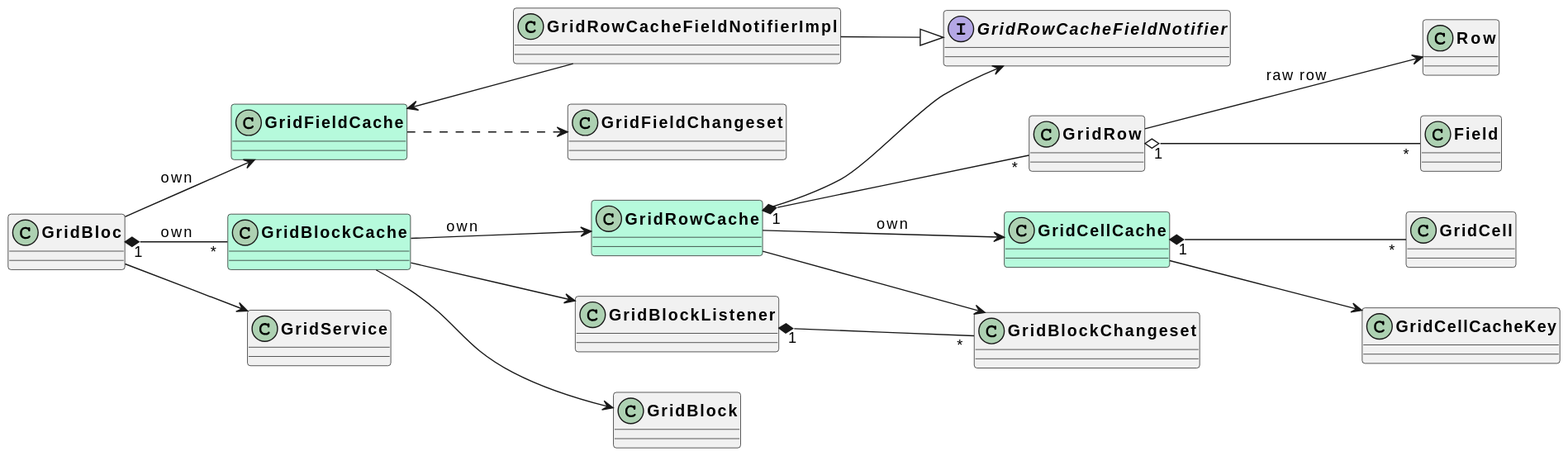
AppFlowy-IO/AppFlowy-Docs keeps this PlantUML diagram as uml/output/block_row_cell_relation.svg. Above is the earlier version.
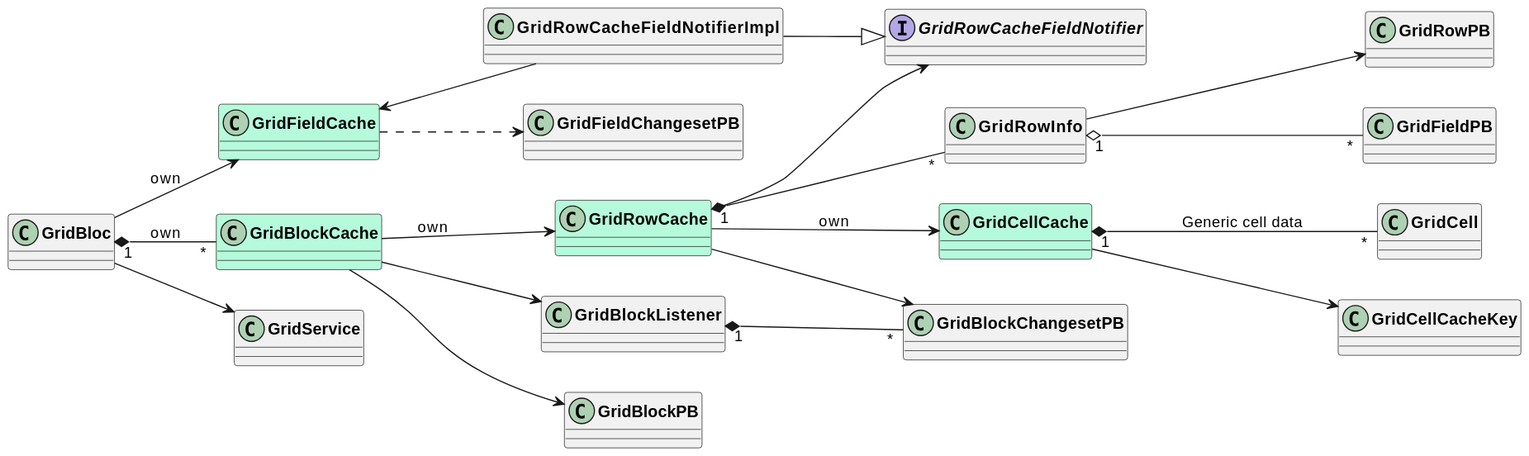
Later version of the same file.

Commit message:
chore: add grid diagram

Change to the diagram source:
```diff
@@ -1,4 +1,4 @@
-@startuml
+@startuml block/row/cell relation
 skinparam classFontStyle Bold
 skinparam ActivityBackgroundColor Silver
 skinparam ActivityBorderColor DimGray
@@ -14,26 +14,27 @@
 GridBloc --> GridFieldCache: own
 GridBloc "1" *-- "*" GridBlockCache: own
 
-GridBlockCache --> GridBlock
+GridBlockCache --> GridBlockPB
 
-GridFieldCache ..> GridFieldChangeset
+GridFieldCache ..> GridFieldChangesetPB
 
 
 GridBlockCache --> GridRowCache : own
-GridRowCache --> GridBlockChangeset
+GridRowCache --> GridBlockChangesetPB
 GridRowCache --> GridCellCache: own
 GridRowCache --> GridRowCacheFieldNotifier
-GridRowCache "1" *-- "*" GridRow
-GridRow --> Row : raw row
-GridRow "1" o-- "*" Field
+GridRowCache "1" *-- "*" GridRowInfo
+GridRowInfo --> GridRowPB
+GridRowInfo "1" o-- "*" GridFieldPB
 
 
-GridCellCache "1" *-- "*" GridCell
+GridCellCache "1" *-- "*" GridCell : Generic cell data
 GridCellCache --> GridCellCacheKey
 
 GridBlockCache --> GridBlockListener
-GridBlockListener "1" *-- "*" GridBlockChangeset
+GridBlockListener "1" *-- "*" GridBlockChangesetPB
 
 GridRowCacheFieldNotifierImpl -u-> GridFieldCache
 GridRowCacheFieldNotifierImpl --|> GridRowCacheFieldNotifier
+
 @enduml
```
